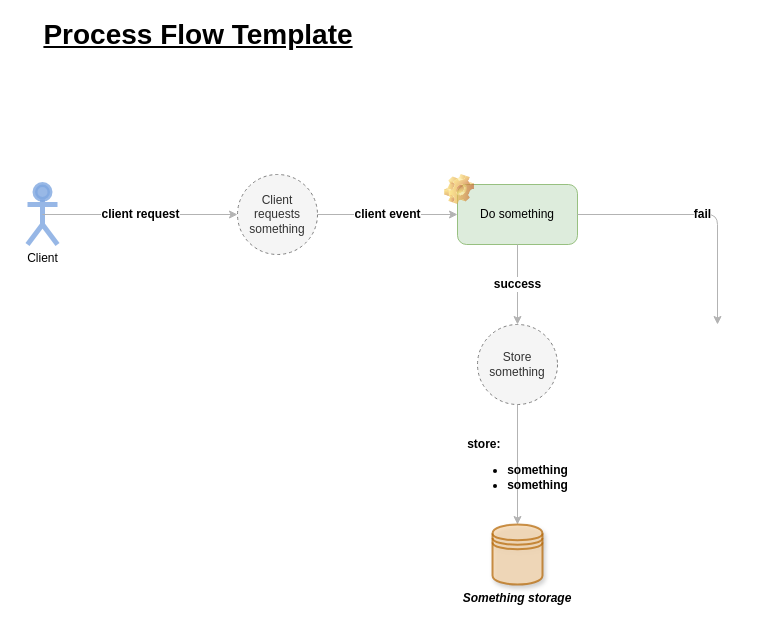
Above: process-flow-template.drawio in tshepo-m/diagram-procss-flow-template (draw.io), before the change. Source tidied: cells renumbered, new cells numbered last; positions are measured from the earlier drawing's top-left corner, leaving out a move shared by most shapes. Both pictures are drawn from the tidied source at 100%, with x=0, y=0 at pixel (17, 24).
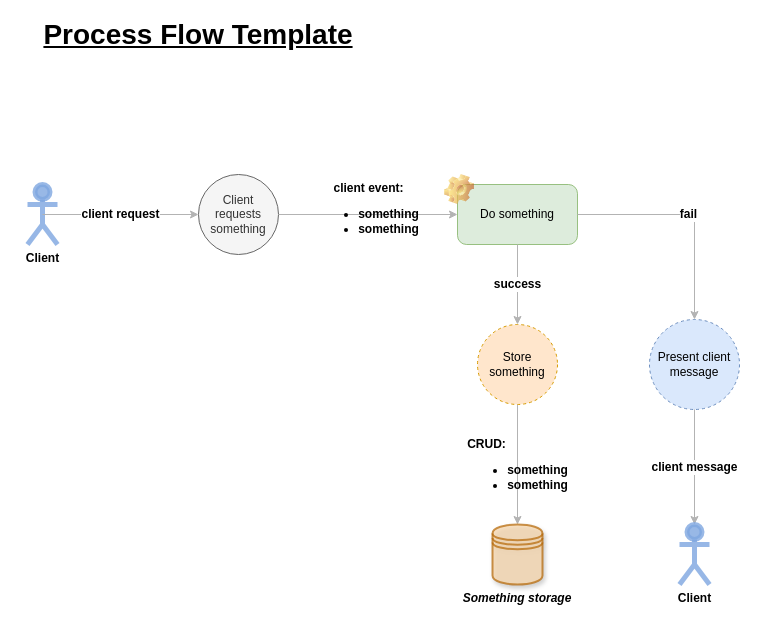
The same page after the edit.

Commit message:
Added client message event

What changed in the source:
```diff
@@
 <mxGraphModel>
   <root>
     <mxCell id="0" />
     <mxCell id="1" parent="0" />
     <mxCell id="2" value="Do something" style="rounded=1;whiteSpace=wrap;html=1;fillColor=#d5e8d4;strokeColor=#82b366;fontFamily=Arial;fontSize=12;opacity=80;" parent="1" vertex="1">
       <mxGeometry x="440" y="160" width="120" height="60" as="geometry" />
     </mxCell>
     <mxCell id="3" value="success" style="endArrow=classic;html=1;exitX=0.5;exitY=1;exitDx=0;exitDy=0;fontFamily=Arial;fontSize=12;strokeColor=#B3B3B3;fontStyle=1;" parent="1" edge="1" source="2" target="12">
       <mxGeometry relative="1" as="geometry" />
     </mxCell>
-    <mxCell id="4" value="&lt;b style=&quot;font-size: 12px;&quot;&gt;fail&lt;/b&gt;" style="endArrow=classic;html=1;exitX=1;exitY=0.5;exitDx=0;exitDy=0;fontFamily=Arial;fontSize=12;strokeColor=#B3B3B3;fontStyle=0;" parent="1" edge="1" source="2">
+    <mxCell id="4" value="&lt;b style=&quot;font-size: 12px;&quot;&gt;fail&lt;/b&gt;" style="endArrow=classic;html=1;exitX=1;exitY=0.5;exitDx=0;exitDy=0;fontFamily=Arial;fontSize=12;strokeColor=#B3B3B3;fontStyle=0;rounded=0;jumpStyle=sharp;entryX=0.5;entryY=0;entryDx=0;entryDy=0;" parent="1" edge="1" source="2" target="14">
       <mxGeometry relative="1" as="geometry">
-        <mxPoint x="700" y="300" as="targetPoint" />
         <Array as="points">
-          <mxPoint x="700" y="190" />
+          <mxPoint x="677" y="190" />
         </Array>
       </mxGeometry>
     </mxCell>
-    <mxCell id="5" value="Client requests something" style="ellipse;whiteSpace=wrap;html=1;fillColor=#f5f5f5;strokeColor=#808080;fontColor=#333333;shadow=0;dashed=1;fontFamily=Arial;fontSize=12;" parent="1" vertex="1">
-      <mxGeometry x="220" y="150" width="80" height="80" as="geometry" />
+    <mxCell id="5" value="Client requests something" style="ellipse;whiteSpace=wrap;html=1;fillColor=#f5f5f5;strokeColor=#666666;shadow=0;fontFamily=Arial;fontSize=12;fontColor=#333333;" parent="1" vertex="1">
+      <mxGeometry x="181" y="150" width="80" height="80" as="geometry" />
     </mxCell>
-    <mxCell id="6" value="client event" style="endArrow=classic;html=1;entryX=0;entryY=0.5;entryDx=0;entryDy=0;exitX=1;exitY=0.5;exitDx=0;exitDy=0;fontFamily=Arial;fontSize=12;strokeColor=#B3B3B3;fontStyle=1;" parent="1" edge="1" source="5" target="2">
+    <mxCell id="6" value="client event:&lt;br&gt;&lt;ul&gt;&lt;li&gt;something&lt;/li&gt;&lt;li&gt;something&lt;/li&gt;&lt;/ul&gt;" style="endArrow=classic;html=1;entryX=0;entryY=0.5;entryDx=0;entryDy=0;exitX=1;exitY=0.5;exitDx=0;exitDy=0;fontFamily=Arial;fontSize=12;strokeColor=#B3B3B3;fontStyle=1;rounded=0;labelBackgroundColor=none;" parent="1" edge="1" source="5" target="2">
       <mxGeometry relative="1" as="geometry" />
     </mxCell>
-    <mxCell id="7" value="Client" style="shape=umlActor;verticalLabelPosition=bottom;labelBackgroundColor=#ffffff;verticalAlign=top;html=1;outlineConnect=0;shadow=0;strokeColor=#7EA6E0;fontSize=12;fillColor=#7EA6E0;strokeWidth=5;perimeterSpacing=0;opacity=80;" parent="1" vertex="1">
+    <mxCell id="7" value="Client" style="shape=umlActor;verticalLabelPosition=bottom;labelBackgroundColor=#ffffff;verticalAlign=top;html=1;outlineConnect=0;shadow=0;strokeColor=#7EA6E0;fontSize=12;fillColor=#7EA6E0;strokeWidth=5;perimeterSpacing=0;opacity=80;fontStyle=1;" parent="1" vertex="1">
       <mxGeometry x="10" y="160" width="30" height="60" as="geometry" />
     </mxCell>
-    <mxCell id="8" value="client request" style="endArrow=classic;html=1;fontFamily=Arial;fontSize=12;strokeColor=#B3B3B3;fontStyle=1;entryX=0;entryY=0.5;entryDx=0;entryDy=0;exitX=0.5;exitY=0.5;exitDx=0;exitDy=0;exitPerimeter=0;" parent="1" edge="1" source="7" target="5">
+    <mxCell id="8" value="client request" style="endArrow=classic;html=1;fontFamily=Arial;fontSize=12;strokeColor=#B3B3B3;fontStyle=1;entryX=0;entryY=0.5;entryDx=0;entryDy=0;exitX=0.5;exitY=0.5;exitDx=0;exitDy=0;exitPerimeter=0;rounded=0;" parent="1" edge="1" source="7" target="5">
       <mxGeometry relative="1" as="geometry" />
     </mxCell>
     <mxCell id="9" value="&lt;b style=&quot;font-size: 28px;&quot;&gt;Process Flow Template&lt;/b&gt;" style="text;html=1;strokeColor=none;fillColor=none;align=center;verticalAlign=middle;whiteSpace=wrap;rounded=0;shadow=0;fontSize=28;opacity=80;fontFamily=Arial;fontStyle=4;" parent="1" vertex="1">
       <mxGeometry width="362" height="20" as="geometry" />
     </mxCell>
     <mxCell id="10" style="shape=image;html=1;verticalLabelPosition=bottom;labelBackgroundColor=#ffffff;verticalAlign=top;imageAspect=0;image=img/clipart/Gear_128x128.png;shadow=0;strokeColor=#7EA6E0;strokeWidth=4;fillColor=none;fontFamily=Arial;fontSize=25;opacity=70;" parent="1" vertex="1">
       <mxGeometry x="427" y="150" width="30" height="30" as="geometry" />
     </mxCell>
-    <mxCell id="11" value="&lt;p style=&quot;line-height: 120%&quot;&gt;&lt;/p&gt;&lt;div style=&quot;text-align: left&quot;&gt;&lt;b style=&quot;&quot;&gt;store:&lt;/b&gt;&lt;/div&gt;&lt;div style=&quot;text-align: center&quot;&gt;&lt;ul&gt;&lt;li style=&quot;text-align: left&quot;&gt;&lt;b style=&quot;&quot;&gt;something&lt;/b&gt;&lt;/li&gt;&lt;li style=&quot;text-align: left&quot;&gt;&lt;b style=&quot;&quot;&gt;something&lt;/b&gt;&lt;/li&gt;&lt;/ul&gt;&lt;/div&gt;&lt;p&gt;&lt;/p&gt;" style="edgeStyle=orthogonalEdgeStyle;rounded=0;jettySize=auto;html=1;strokeColor=#B3B3B3;fontFamily=Arial;fontSize=12;labelBackgroundColor=none;" parent="1" edge="1" source="12" target="13">
+    <mxCell id="11" value="&lt;p style=&quot;line-height: 120%&quot;&gt;&lt;/p&gt;&lt;div style=&quot;text-align: left&quot;&gt;&lt;b&gt;CRUD:&lt;/b&gt;&lt;/div&gt;&lt;div style=&quot;text-align: center&quot;&gt;&lt;ul&gt;&lt;li style=&quot;text-align: left&quot;&gt;&lt;b&gt;something&lt;/b&gt;&lt;/li&gt;&lt;li style=&quot;text-align: left&quot;&gt;&lt;b&gt;something&lt;/b&gt;&lt;/li&gt;&lt;/ul&gt;&lt;/div&gt;&lt;p&gt;&lt;/p&gt;" style="edgeStyle=orthogonalEdgeStyle;jettySize=auto;html=1;strokeColor=#B3B3B3;fontFamily=Arial;fontSize=12;labelBackgroundColor=none;rounded=0;" parent="1" edge="1" source="12" target="13">
       <mxGeometry relative="1" as="geometry" />
     </mxCell>
-    <mxCell id="12" value="Store something" style="ellipse;whiteSpace=wrap;html=1;fillColor=#f5f5f5;strokeColor=#808080;fontColor=#333333;shadow=0;dashed=1;fontFamily=Arial;fontSize=12;" parent="1" vertex="1">
+    <mxCell id="12" value="Store something" style="ellipse;whiteSpace=wrap;html=1;fillColor=#ffe6cc;strokeColor=#d79b00;shadow=0;dashed=1;fontFamily=Arial;fontSize=12;" parent="1" vertex="1">
       <mxGeometry x="460" y="300" width="80" height="80" as="geometry" />
     </mxCell>
     <mxCell id="13" value="&lt;font style=&quot;font-size: 12px;&quot;&gt;&lt;b style=&quot;font-size: 12px;&quot;&gt;&lt;i style=&quot;font-size: 12px;&quot;&gt;Something&amp;nbsp;storage&lt;/i&gt;&lt;/b&gt;&lt;/font&gt;" style="shape=datastore;whiteSpace=wrap;html=1;shadow=1;strokeColor=#b46504;strokeWidth=2;fillColor=#fad7ac;fontFamily=Arial;fontSize=12;opacity=70;labelPosition=center;verticalLabelPosition=bottom;align=center;verticalAlign=top;" parent="1" vertex="1">
       <mxGeometry x="475" y="500" width="50" height="60" as="geometry" />
     </mxCell>
+    <mxCell id="14" value="Present client message" style="ellipse;whiteSpace=wrap;html=1;fillColor=#dae8fc;strokeColor=#6c8ebf;shadow=0;dashed=1;fontFamily=Arial;fontSize=12;" parent="1" vertex="1">
+      <mxGeometry x="632" y="295" width="90" height="90" as="geometry" />
+    </mxCell>
+    <mxCell id="15" value="client message" style="endArrow=classic;html=1;exitX=0.5;exitY=1;exitDx=0;exitDy=0;fontFamily=Arial;fontSize=12;strokeColor=#B3B3B3;fontStyle=1;entryX=0.5;entryY=0;entryDx=0;entryDy=0;entryPerimeter=0;" parent="1" edge="1" source="14" target="16">
+      <mxGeometry relative="1" as="geometry" />
+    </mxCell>
+    <mxCell id="16" value="Client" style="shape=umlActor;verticalLabelPosition=bottom;labelBackgroundColor=#ffffff;verticalAlign=top;html=1;outlineConnect=0;shadow=0;strokeColor=#7EA6E0;fontSize=12;fillColor=#7EA6E0;strokeWidth=5;perimeterSpacing=0;opacity=80;fontStyle=1;" parent="1" vertex="1">
+      <mxGeometry x="662" y="500" width="30" height="60" as="geometry" />
+    </mxCell>
   </root>
 </mxGraphModel>
```
